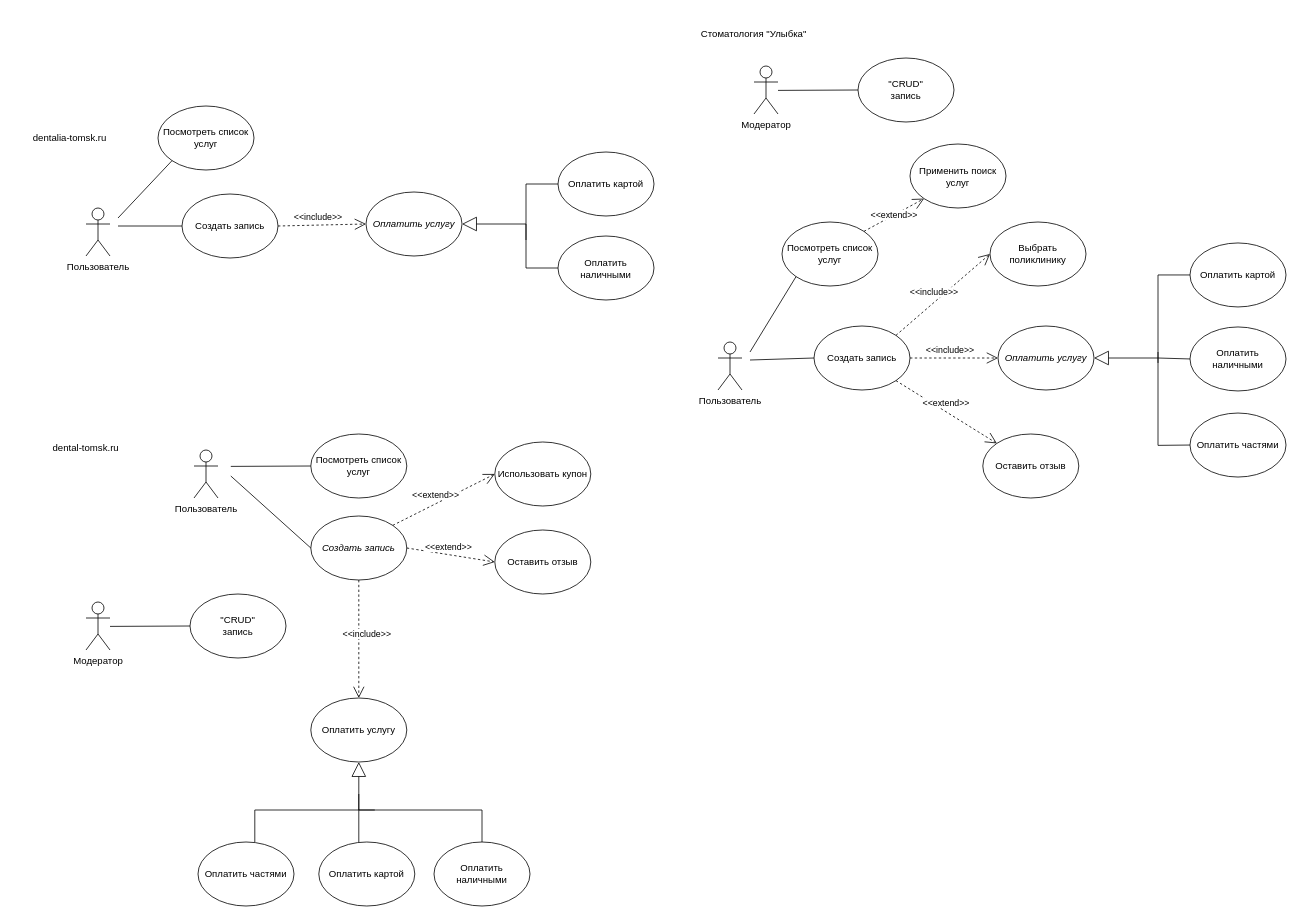
Earlier version of the draw.io diagram page "варианты использования" (7 of 7) of 3 лаба.drawio (Encorsio23/OOAPGovorovMikhailitsinMuslimov). Source tidied: cells renumbered, new cells numbered last; positions are measured from the earlier drawing's top-left corner, leaving out a move shared by most shapes. Both pictures are drawn from the tidied source at 80%, with x=0, y=0 at pixel (30, 18).
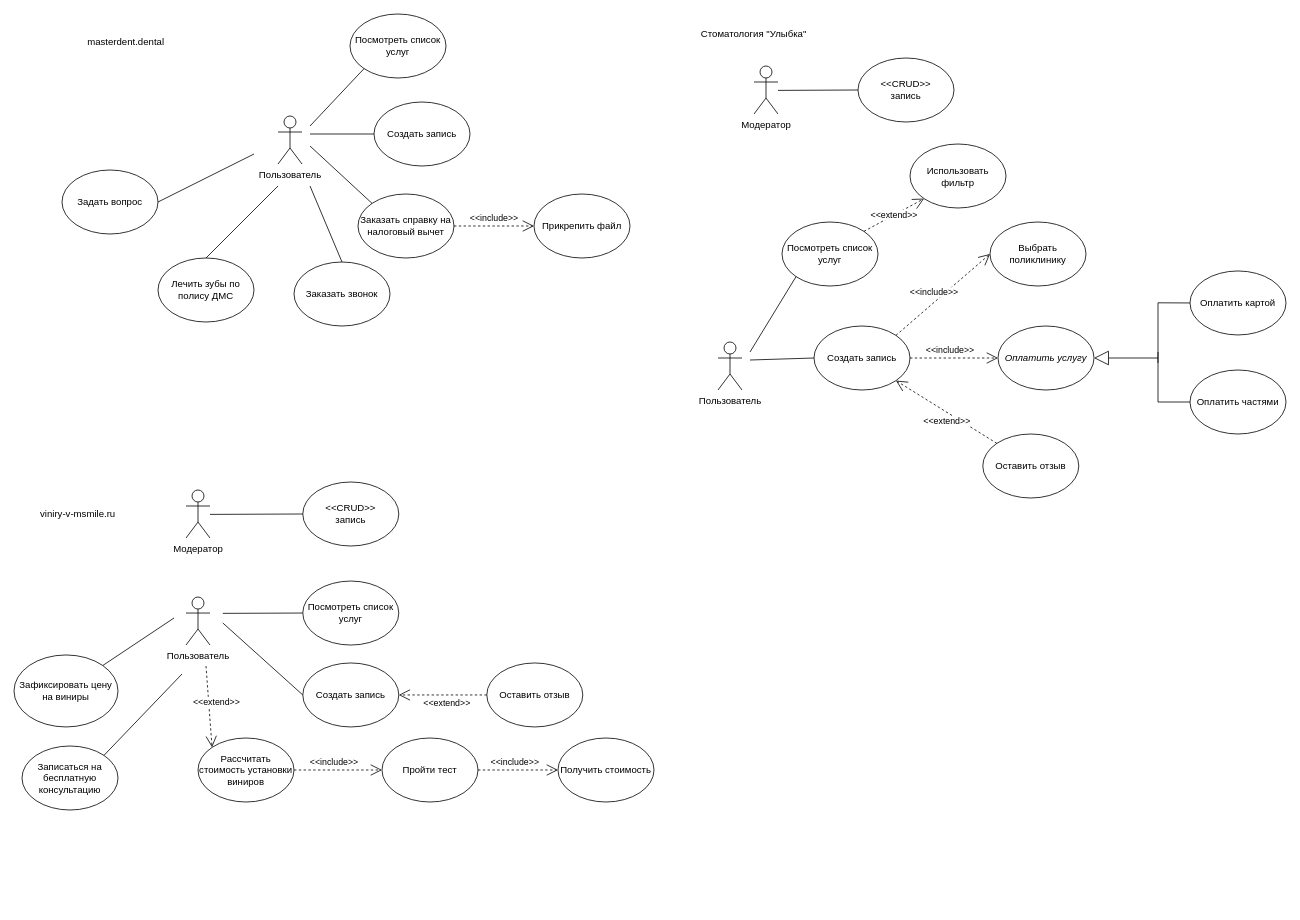
After the change.

The change refers to these unchanged cells:
```xml
<mxCell id="33" value="Создать запись" style="ellipse;whiteSpace=wrap;html=1;" parent="1" vertex="1">
  <mxGeometry x="980" y="385" width="120" height="80" as="geometry" />
</mxCell>
<mxCell id="37" value="&lt;i&gt;Оплатить услугу&lt;/i&gt;" style="ellipse;whiteSpace=wrap;html=1;" parent="1" vertex="1">
  <mxGeometry x="1210" y="385" width="120" height="80" as="geometry" />
</mxCell>
<mxCell id="43" value="Оставить отзыв" style="ellipse;whiteSpace=wrap;html=1;" parent="1" vertex="1">
  <mxGeometry x="1191" y="520" width="120" height="80" as="geometry" />
</mxCell>
```

What changed in the source:
```diff
@@
     <mxCell id="2" value="Пользователь" style="shape=umlActor;verticalLabelPosition=bottom;verticalAlign=top;html=1;" parent="1" vertex="1">
-      <mxGeometry x="70" y="237.5" width="30" height="60" as="geometry" />
+      <mxGeometry x="310" y="122.5" width="30" height="60" as="geometry" />
     </mxCell>
     <mxCell id="3" value="Создать запись" style="ellipse;whiteSpace=wrap;html=1;" parent="1" vertex="1">
-      <mxGeometry x="190" y="220" width="120" height="80" as="geometry" />
+      <mxGeometry x="430" y="105" width="120" height="80" as="geometry" />
     </mxCell>
-    <mxCell id="4" value="Оплатить наличными" style="ellipse;whiteSpace=wrap;html=1;" parent="1" vertex="1">
-      <mxGeometry x="660" y="272.5" width="120" height="80" as="geometry" />
-    </mxCell>
     <mxCell id="5" style="endArrow=none;html=1;rounded=0;entryX=0;entryY=0.5;entryDx=0;entryDy=0;" parent="1" edge="1" target="3">
       <mxGeometry relative="1" as="geometry">
-        <mxPoint x="110" y="260" as="sourcePoint" />
+        <mxPoint x="350" y="145" as="sourcePoint" />
       </mxGeometry>
     </mxCell>
     <mxCell id="6" value="Посмотреть список услуг" style="ellipse;whiteSpace=wrap;html=1;" parent="1" vertex="1">
-      <mxGeometry x="160" y="110" width="120" height="80" as="geometry" />
+      <mxGeometry x="400" y="-5" width="120" height="80" as="geometry" />
     </mxCell>
-    <mxCell id="7" value="&lt;i&gt;Оплатить услугу&lt;/i&gt;" style="ellipse;whiteSpace=wrap;html=1;" parent="1" vertex="1">
-      <mxGeometry x="420" y="217.5" width="120" height="80" as="geometry" />
-    </mxCell>
-    <mxCell id="8" value="Оплатить картой" style="ellipse;whiteSpace=wrap;html=1;" parent="1" vertex="1">
-      <mxGeometry x="660" y="167.5" width="120" height="80" as="geometry" />
-    </mxCell>
     <mxCell id="9" style="endArrow=none;html=1;rounded=0;entryX=0;entryY=1;entryDx=0;entryDy=0;" parent="1" edge="1" target="6">
       <mxGeometry relative="1" as="geometry">
-        <mxPoint x="110" y="250" as="sourcePoint" />
+        <mxPoint x="350" y="135" as="sourcePoint" />
       </mxGeometry>
     </mxCell>
-    <mxCell id="10" style="endArrow=block;endSize=16;endFill=0;html=1;rounded=0;exitX=0;exitY=0.5;exitDx=0;exitDy=0;entryX=1;entryY=0.5;entryDx=0;entryDy=0;" parent="1" edge="1" source="4" target="7">
-      <mxGeometry x="1" y="-76" relative="1" as="geometry">
-        <Array as="points">
-          <mxPoint x="620" y="312.5" />
-          <mxPoint x="620" y="257.5" />
-        </Array>
-        <mxPoint x="-13" y="-7" as="offset" />
-      </mxGeometry>
-    </mxCell>
-    <mxCell id="11" style="endArrow=none;html=1;rounded=0;entryX=0;entryY=0.5;entryDx=0;entryDy=0;" parent="1" edge="1" target="8">
-      <mxGeometry relative="1" as="geometry">
-        <mxPoint x="620" y="277.5" as="sourcePoint" />
-        <Array as="points">
-          <mxPoint x="620" y="207.5" />
-        </Array>
-      </mxGeometry>
-    </mxCell>
-    <mxCell id="12" value="dentalia-tomsk.ru" style="text;html=1;whiteSpace=wrap;strokeColor=none;fillColor=none;align=center;verticalAlign=middle;rounded=0;" parent="1" vertex="1">
-      <mxGeometry y="140" width="100" height="20" as="geometry" />
+    <mxCell id="12" value="masterdent.dental" style="text;html=1;whiteSpace=wrap;strokeColor=none;fillColor=none;align=center;verticalAlign=middle;rounded=0;" parent="1" vertex="1">
+      <mxGeometry x="70" y="20" width="100" height="20" as="geometry" />
     </mxCell>
     <mxCell id="13" value="Пользователь" style="shape=umlActor;verticalLabelPosition=bottom;verticalAlign=top;html=1;" parent="1" vertex="1">
-      <mxGeometry x="205" y="540" width="30" height="60" as="geometry" />
+      <mxGeometry x="195" y="723.8" width="30" height="60" as="geometry" />
     </mxCell>
-    <mxCell id="14" value="&lt;i&gt;Создать запись&lt;/i&gt;" style="ellipse;whiteSpace=wrap;html=1;" parent="1" vertex="1">
-      <mxGeometry x="351" y="622.5" width="120" height="80" as="geometry" />
+    <mxCell id="14" value="Создать запись" style="ellipse;whiteSpace=wrap;html=1;" parent="1" vertex="1">
+      <mxGeometry x="341" y="806.2" width="120" height="80" as="geometry" />
     </mxCell>
-    <mxCell id="15" value="Оплатить наличными" style="ellipse;whiteSpace=wrap;html=1;" parent="1" vertex="1">
-      <mxGeometry x="505" y="1030" width="120" height="80" as="geometry" />
-    </mxCell>
-    <mxCell id="16" value="&amp;lt;&amp;lt;extend&amp;gt;&amp;gt;" style="endArrow=open;endSize=12;dashed=1;html=1;rounded=0;entryX=0;entryY=0.5;entryDx=0;entryDy=0;exitX=1;exitY=0.5;exitDx=0;exitDy=0;" parent="1" edge="1" source="14" target="22">
+    <mxCell id="16" value="&amp;lt;&amp;lt;extend&amp;gt;&amp;gt;" style="endArrow=open;endSize=12;dashed=1;html=1;rounded=0;entryX=1;entryY=0.5;entryDx=0;entryDy=0;exitX=0;exitY=0.5;exitDx=0;exitDy=0;" parent="1" edge="1" source="22" target="14">
       <mxGeometry x="-0.09" y="10" relative="1" as="geometry" />
     </mxCell>
     <mxCell id="17" style="endArrow=none;html=1;rounded=0;entryX=0;entryY=0.5;entryDx=0;entryDy=0;" parent="1" edge="1" target="14">
       <mxGeometry relative="1" as="geometry">
-        <mxPoint x="251" y="572.5" as="sourcePoint" />
+        <mxPoint x="241" y="756.2" as="sourcePoint" />
       </mxGeometry>
     </mxCell>
     <mxCell id="18" value="Посмотреть список услуг" style="ellipse;whiteSpace=wrap;html=1;" parent="1" vertex="1">
-      <mxGeometry x="351" y="520" width="120" height="80" as="geometry" />
+      <mxGeometry x="341" y="703.8" width="120" height="80" as="geometry" />
     </mxCell>
-    <mxCell id="19" value="Оплатить услугу" style="ellipse;whiteSpace=wrap;html=1;" parent="1" vertex="1">
-      <mxGeometry x="351" y="850" width="120" height="80" as="geometry" />
-    </mxCell>
-    <mxCell id="20" value="Оплатить картой" style="ellipse;whiteSpace=wrap;html=1;" parent="1" vertex="1">
-      <mxGeometry x="361" y="1030" width="120" height="80" as="geometry" />
-    </mxCell>
     <mxCell id="21" style="endArrow=none;html=1;rounded=0;entryX=0;entryY=0.5;entryDx=0;entryDy=0;" parent="1" edge="1" target="18">
       <mxGeometry relative="1" as="geometry">
-        <mxPoint x="251" y="560.5" as="sourcePoint" />
+        <mxPoint x="241" y="744.2" as="sourcePoint" />
       </mxGeometry>
     </mxCell>
     <mxCell id="22" value="Оставить отзыв" style="ellipse;whiteSpace=wrap;html=1;" parent="1" vertex="1">
-      <mxGeometry x="581" y="640" width="120" height="80" as="geometry" />
+      <mxGeometry x="571" y="806.2" width="120" height="80" as="geometry" />
     </mxCell>
-    <mxCell id="23" value="Использовать купон" style="ellipse;whiteSpace=wrap;html=1;" parent="1" vertex="1">
-      <mxGeometry x="581" y="530" width="120" height="80" as="geometry" />
-    </mxCell>
-    <mxCell id="24" value="Оплатить частями" style="ellipse;whiteSpace=wrap;html=1;" parent="1" vertex="1">
-      <mxGeometry x="210" y="1030" width="120" height="80" as="geometry" />
-    </mxCell>
-    <mxCell id="25" style="endArrow=block;endSize=16;endFill=0;html=1;rounded=0;exitX=0.5;exitY=0;exitDx=0;exitDy=0;entryX=0.5;entryY=1;entryDx=0;entryDy=0;" parent="1" edge="1" source="15" target="19">
-      <mxGeometry relative="1" as="geometry">
-        <Array as="points">
-          <mxPoint x="565" y="990" />
-          <mxPoint x="411" y="990" />
-        </Array>
-      </mxGeometry>
-    </mxCell>
-    <mxCell id="26" style="endArrow=none;html=1;rounded=0;" parent="1" edge="1">
-      <mxGeometry relative="1" as="geometry">
-        <mxPoint x="411" y="1030" as="sourcePoint" />
-        <mxPoint x="411" y="970" as="targetPoint" />
-      </mxGeometry>
-    </mxCell>
-    <mxCell id="27" style="endArrow=none;html=1;rounded=0;" parent="1" edge="1">
-      <mxGeometry relative="1" as="geometry">
-        <mxPoint x="281" y="1030" as="sourcePoint" />
-        <mxPoint x="431" y="990" as="targetPoint" />
-        <Array as="points">
-          <mxPoint x="281" y="990" />
-        </Array>
-      </mxGeometry>
-    </mxCell>
-    <mxCell id="28" value="dental-tomsk.ru" style="text;html=1;whiteSpace=wrap;strokeColor=none;fillColor=none;align=center;verticalAlign=middle;rounded=0;" parent="1" vertex="1">
-      <mxGeometry x="20" y="520" width="100" height="35" as="geometry" />
-    </mxCell>
-    <mxCell id="29" value="&amp;lt;&amp;lt;include&amp;gt;&amp;gt;" style="endArrow=open;endSize=12;dashed=1;html=1;rounded=0;entryX=0;entryY=0.5;entryDx=0;entryDy=0;exitX=1;exitY=0.5;exitDx=0;exitDy=0;" parent="1" edge="1" source="3" target="7">
-      <mxGeometry x="-0.09" y="10" relative="1" as="geometry" />
-    </mxCell>
-    <mxCell id="30" value="&amp;lt;&amp;lt;extend&amp;gt;&amp;gt;" style="endArrow=open;endSize=12;dashed=1;html=1;rounded=0;entryX=0;entryY=0.5;entryDx=0;entryDy=0;exitX=1;exitY=0;exitDx=0;exitDy=0;" parent="1" edge="1" source="14" target="23">
-      <mxGeometry x="-0.09" y="10" relative="1" as="geometry" />
-    </mxCell>
-    <mxCell id="31" value="&amp;lt;&amp;lt;include&amp;gt;&amp;gt;" style="endArrow=open;endSize=12;dashed=1;html=1;rounded=0;entryX=0.5;entryY=0;entryDx=0;entryDy=0;exitX=0.5;exitY=1;exitDx=0;exitDy=0;" parent="1" edge="1" source="14" target="19">
-      <mxGeometry x="-0.09" y="10" relative="1" as="geometry" />
-    </mxCell>
@@
-    <mxCell id="34" value="Оплатить наличными" style="ellipse;whiteSpace=wrap;html=1;" parent="1" vertex="1">
-      <mxGeometry x="1450" y="386.2" width="120" height="80" as="geometry" />
-    </mxCell>
@@
     <mxCell id="38" value="Оплатить картой" style="ellipse;whiteSpace=wrap;html=1;" parent="1" vertex="1">
-      <mxGeometry x="1450" y="281.2" width="120" height="80" as="geometry" />
+      <mxGeometry x="1450" y="316.2" width="120" height="80" as="geometry" />
     </mxCell>
@@
-    <mxCell id="40" style="endArrow=block;endSize=16;endFill=0;html=1;rounded=0;exitX=0;exitY=0.5;exitDx=0;exitDy=0;entryX=1;entryY=0.5;entryDx=0;entryDy=0;" parent="1" edge="1" source="34" target="37">
+    <mxCell id="40" style="endArrow=block;endSize=16;endFill=0;html=1;rounded=0;entryX=1;entryY=0.5;entryDx=0;entryDy=0;" parent="1" edge="1" target="37">
       <mxGeometry x="1" y="-76" relative="1" as="geometry">
+        <mxPoint x="1410" y="425" as="sourcePoint" />
         <Array as="points">
           <mxPoint x="1410" y="425" />
         </Array>
         <mxPoint x="-13" y="-7" as="offset" />
       </mxGeometry>
     </mxCell>
     <mxCell id="41" style="endArrow=none;html=1;rounded=0;entryX=0;entryY=0.5;entryDx=0;entryDy=0;" parent="1" edge="1" target="38">
       <mxGeometry relative="1" as="geometry">
         <mxPoint x="1410" y="431.2" as="sourcePoint" />
         <Array as="points">
-          <mxPoint x="1410" y="321.2" />
+          <mxPoint x="1410" y="356" />
         </Array>
       </mxGeometry>
     </mxCell>
@@
-    <mxCell id="44" value="&amp;lt;&amp;lt;extend&amp;gt;&amp;gt;" style="endArrow=open;endSize=12;dashed=1;html=1;rounded=0;entryX=0;entryY=0;entryDx=0;entryDy=0;exitX=1;exitY=1;exitDx=0;exitDy=0;" parent="1" edge="1" source="33" target="43">
+    <mxCell id="44" value="&amp;lt;&amp;lt;extend&amp;gt;&amp;gt;" style="endArrow=open;endSize=12;dashed=1;html=1;rounded=0;entryX=1;entryY=1;entryDx=0;entryDy=0;exitX=0;exitY=0;exitDx=0;exitDy=0;" parent="1" edge="1" source="43" target="33">
       <mxGeometry x="-0.09" y="10" relative="1" as="geometry" />
     </mxCell>
     <mxCell id="45" value="Оплатить частями" style="ellipse;whiteSpace=wrap;html=1;" parent="1" vertex="1">
-      <mxGeometry x="1450" y="493.8" width="120" height="80" as="geometry" />
+      <mxGeometry x="1450" y="440" width="120" height="80" as="geometry" />
     </mxCell>
     <mxCell id="46" style="endArrow=none;html=1;rounded=0;entryX=0;entryY=0.5;entryDx=0;entryDy=0;" parent="1" edge="1" target="45">
       <mxGeometry relative="1" as="geometry">
         <mxPoint x="1410" y="417.5" as="sourcePoint" />
         <Array as="points">
-          <mxPoint x="1410" y="534.2" />
+          <mxPoint x="1410" y="480" />
         </Array>
       </mxGeometry>
     </mxCell>
@@
-    <mxCell id="49" value="Применить поиск услуг" style="ellipse;whiteSpace=wrap;html=1;" parent="1" vertex="1">
+    <mxCell id="49" value="Использовать фильтр" style="ellipse;whiteSpace=wrap;html=1;" parent="1" vertex="1">
       <mxGeometry x="1100" y="157.5" width="120" height="80" as="geometry" />
     </mxCell>
@@
     <mxCell id="52" value="Модератор" style="shape=umlActor;verticalLabelPosition=bottom;verticalAlign=top;html=1;" parent="1" vertex="1">
-      <mxGeometry x="70" y="730" width="30" height="60" as="geometry" />
+      <mxGeometry x="195" y="590" width="30" height="60" as="geometry" />
     </mxCell>
-    <mxCell id="53" value="&quot;CRUD&quot;&lt;br&gt;запись" style="ellipse;whiteSpace=wrap;html=1;" parent="1" vertex="1">
-      <mxGeometry x="200" y="720" width="120" height="80" as="geometry" />
+    <mxCell id="53" value="&amp;lt;&amp;lt;CRUD&amp;gt;&amp;gt;&lt;br&gt;запись" style="ellipse;whiteSpace=wrap;html=1;" parent="1" vertex="1">
+      <mxGeometry x="341" y="580" width="120" height="80" as="geometry" />
     </mxCell>
     <mxCell id="54" style="endArrow=none;html=1;rounded=0;entryX=0;entryY=0.5;entryDx=0;entryDy=0;" parent="1" edge="1" target="53">
       <mxGeometry relative="1" as="geometry">
-        <mxPoint x="100" y="760.5" as="sourcePoint" />
+        <mxPoint x="225" y="620.5" as="sourcePoint" />
       </mxGeometry>
     </mxCell>
@@
-    <mxCell id="56" value="&quot;CRUD&quot;&lt;br&gt;запись" style="ellipse;whiteSpace=wrap;html=1;" parent="1" vertex="1">
+    <mxCell id="56" value="&amp;lt;&amp;lt;CRUD&amp;gt;&amp;gt;&lt;br&gt;запись" style="ellipse;whiteSpace=wrap;html=1;" parent="1" vertex="1">
       <mxGeometry x="1035" y="50" width="120" height="80" as="geometry" />
     </mxCell>
@@
+    <mxCell id="58" value="Заказать справку на налоговый вычет" style="ellipse;whiteSpace=wrap;html=1;" parent="1" vertex="1">
+      <mxGeometry x="410" y="220" width="120" height="80" as="geometry" />
+    </mxCell>
+    <mxCell id="59" style="endArrow=none;html=1;rounded=0;entryX=0;entryY=0;entryDx=0;entryDy=0;" parent="1" edge="1" target="58">
+      <mxGeometry relative="1" as="geometry">
+        <mxPoint x="350" y="160" as="sourcePoint" />
+      </mxGeometry>
+    </mxCell>
+    <mxCell id="60" value="Заказать звонок" style="ellipse;whiteSpace=wrap;html=1;" parent="1" vertex="1">
+      <mxGeometry x="330" y="305" width="120" height="80" as="geometry" />
+    </mxCell>
+    <mxCell id="61" style="endArrow=none;html=1;rounded=0;entryX=0.5;entryY=0;entryDx=0;entryDy=0;" parent="1" edge="1" target="60">
+      <mxGeometry relative="1" as="geometry">
+        <mxPoint x="350" y="210" as="sourcePoint" />
+      </mxGeometry>
+    </mxCell>
+    <mxCell id="62" value="Прикрепить файл" style="ellipse;whiteSpace=wrap;html=1;" parent="1" vertex="1">
+      <mxGeometry x="630" y="220" width="120" height="80" as="geometry" />
+    </mxCell>
+    <mxCell id="63" value="&amp;lt;&amp;lt;include&amp;gt;&amp;gt;" style="endArrow=open;endSize=12;dashed=1;html=1;rounded=0;entryX=0;entryY=0.5;entryDx=0;entryDy=0;exitX=1;exitY=0.5;exitDx=0;exitDy=0;" parent="1" edge="1" source="58" target="62">
+      <mxGeometry y="10" relative="1" as="geometry" />
+    </mxCell>
+    <mxCell id="64" value="Лечить зубы по полису ДМС" style="ellipse;whiteSpace=wrap;html=1;" parent="1" vertex="1">
+      <mxGeometry x="160" y="300" width="120" height="80" as="geometry" />
+    </mxCell>
+    <mxCell id="65" style="endArrow=none;html=1;rounded=0;entryX=0.5;entryY=0;entryDx=0;entryDy=0;" parent="1" edge="1" target="64">
+      <mxGeometry relative="1" as="geometry">
+        <mxPoint x="310" y="210" as="sourcePoint" />
+      </mxGeometry>
+    </mxCell>
+    <mxCell id="66" value="Задать вопрос" style="ellipse;whiteSpace=wrap;html=1;" parent="1" vertex="1">
+      <mxGeometry x="40" y="190" width="120" height="80" as="geometry" />
+    </mxCell>
+    <mxCell id="67" style="endArrow=none;html=1;rounded=0;entryX=1;entryY=0.5;entryDx=0;entryDy=0;" parent="1" edge="1" target="66">
+      <mxGeometry relative="1" as="geometry">
+        <mxPoint x="280" y="170" as="sourcePoint" />
+      </mxGeometry>
+    </mxCell>
+    <mxCell id="68" value="Рассчитать стоимость установки виниров" style="ellipse;whiteSpace=wrap;html=1;" parent="1" vertex="1">
+      <mxGeometry x="210" y="900" width="120" height="80" as="geometry" />
+    </mxCell>
+    <mxCell id="69" value="Пройти тест" style="ellipse;whiteSpace=wrap;html=1;" parent="1" vertex="1">
+      <mxGeometry x="440" y="900" width="120" height="80" as="geometry" />
+    </mxCell>
+    <mxCell id="30" value="&amp;lt;&amp;lt;extend&amp;gt;&amp;gt;" style="endArrow=open;endSize=12;dashed=1;html=1;rounded=0;exitX=0;exitY=0;exitDx=0;exitDy=0;entryX=0;entryY=0;entryDx=0;entryDy=0;" parent="1" edge="1" target="68">
+      <mxGeometry x="-0.09" y="10" relative="1" as="geometry">
+        <mxPoint x="220" y="810" as="sourcePoint" />
+      </mxGeometry>
+    </mxCell>
+    <mxCell id="70" value="&amp;lt;&amp;lt;include&amp;gt;&amp;gt;" style="endArrow=open;endSize=12;dashed=1;html=1;rounded=0;entryX=0;entryY=0.5;entryDx=0;entryDy=0;exitX=1;exitY=0.5;exitDx=0;exitDy=0;" parent="1" edge="1" source="68" target="69">
+      <mxGeometry x="-0.09" y="10" relative="1" as="geometry" />
+    </mxCell>
+    <mxCell id="71" value="Получить стоимость" style="ellipse;whiteSpace=wrap;html=1;" parent="1" vertex="1">
+      <mxGeometry x="660" y="900" width="120" height="80" as="geometry" />
+    </mxCell>
+    <mxCell id="72" value="&amp;lt;&amp;lt;include&amp;gt;&amp;gt;" style="endArrow=open;endSize=12;dashed=1;html=1;rounded=0;entryX=0;entryY=0.5;entryDx=0;entryDy=0;exitX=1;exitY=0.5;exitDx=0;exitDy=0;" parent="1" edge="1" source="69" target="71">
+      <mxGeometry x="-0.09" y="10" relative="1" as="geometry" />
+    </mxCell>
+    <mxCell id="73" value="Записаться на бесплатную консультацию" style="ellipse;whiteSpace=wrap;html=1;" parent="1" vertex="1">
+      <mxGeometry x="-10" y="910" width="120" height="80" as="geometry" />
+    </mxCell>
+    <mxCell id="74" value="Зафиксировать цену на виниры" style="ellipse;whiteSpace=wrap;html=1;" parent="1" vertex="1">
+      <mxGeometry x="-20" y="796.2" width="130" height="90" as="geometry" />
+    </mxCell>
+    <mxCell id="75" style="endArrow=none;html=1;rounded=0;exitX=1;exitY=0;exitDx=0;exitDy=0;" parent="1" edge="1" source="74">
+      <mxGeometry relative="1" as="geometry">
+        <mxPoint x="180" y="750" as="targetPoint" />
+      </mxGeometry>
+    </mxCell>
+    <mxCell id="76" style="endArrow=none;html=1;rounded=0;exitX=1;exitY=0;exitDx=0;exitDy=0;" parent="1" edge="1" source="73">
+      <mxGeometry relative="1" as="geometry">
+        <mxPoint x="190" y="820" as="targetPoint" />
+      </mxGeometry>
+    </mxCell>
+    <mxCell id="77" value="viniry-v-msmile.ru" style="text;html=1;whiteSpace=wrap;strokeColor=none;fillColor=none;align=center;verticalAlign=middle;rounded=0;" parent="1" vertex="1">
+      <mxGeometry y="610" width="120" height="20" as="geometry" />
+    </mxCell>
```
